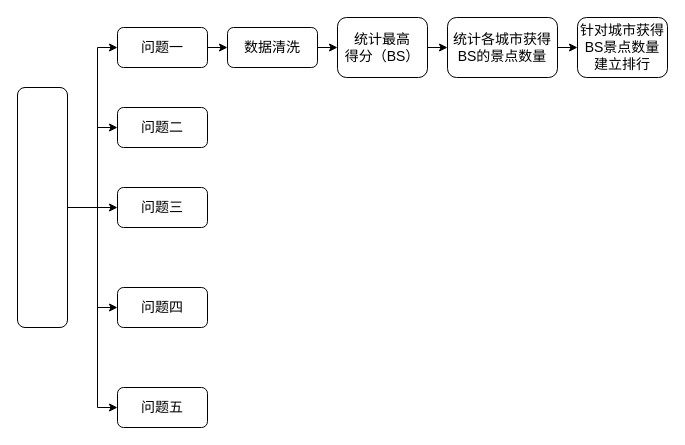
This is 未命名绘图.drawio from dp0qb/Repo4Drawio, a draw.io file, before an edit. Source tidied: cells renumbered, new cells numbered last; positions are measured from the earlier drawing's top-left corner, leaving out a move shared by most shapes. Both pictures are drawn from the tidied source at 100%, with x=0, y=0 at pixel (17, 17).
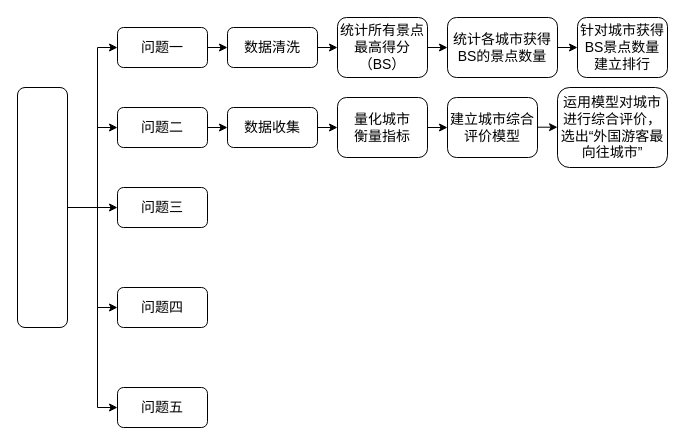
Above is the later version.

Commit message:
更新未命名绘图.drawio

Change to the diagram source:
```diff
@@
-    <mxCell id="18" value="&lt;font face=&quot;宋体&quot;&gt;&lt;span style=&quot;font-size: 14px;&quot;&gt;统计最高&lt;/span&gt;&lt;/font&gt;&lt;div&gt;&lt;font face=&quot;宋体&quot;&gt;&lt;span style=&quot;font-size: 14px;&quot;&gt;得分（BS）&lt;/span&gt;&lt;/font&gt;&lt;/div&gt;" style="rounded=1;whiteSpace=wrap;html=1;" parent="1" vertex="1">
+    <mxCell id="18" value="&lt;font face=&quot;宋体&quot;&gt;&lt;span style=&quot;font-size: 14px;&quot;&gt;统计所有景点最高&lt;/span&gt;&lt;/font&gt;&lt;span style=&quot;font-size: 14px; font-family: 宋体; background-color: initial;&quot;&gt;得分（BS）&lt;/span&gt;" style="rounded=1;whiteSpace=wrap;html=1;" parent="1" vertex="1">
       <mxGeometry x="320" width="90" height="60" as="geometry" />
     </mxCell>
@@
+    <mxCell id="23" style="endArrow=classic;html=1;rounded=0;" parent="1" edge="1">
+      <mxGeometry relative="1" as="geometry">
+        <mxPoint x="190" y="110" as="sourcePoint" />
+        <mxPoint x="210" y="110" as="targetPoint" />
+      </mxGeometry>
+    </mxCell>
+    <mxCell id="24" value="&lt;font style=&quot;font-size: 14px;&quot; face=&quot;宋体&quot;&gt;数据收集&lt;/font&gt;" style="rounded=1;whiteSpace=wrap;html=1;" parent="1" vertex="1">
+      <mxGeometry x="210" y="90" width="90" height="40" as="geometry" />
+    </mxCell>
+    <mxCell id="25" style="endArrow=classic;html=1;rounded=0;" parent="1" edge="1">
+      <mxGeometry relative="1" as="geometry">
+        <mxPoint x="300" y="110" as="sourcePoint" />
+        <mxPoint x="320" y="110" as="targetPoint" />
+      </mxGeometry>
+    </mxCell>
+    <mxCell id="26" value="&lt;font face=&quot;宋体&quot;&gt;&lt;span style=&quot;font-size: 14px;&quot;&gt;量化城市&lt;/span&gt;&lt;/font&gt;&lt;div&gt;&lt;font face=&quot;宋体&quot;&gt;&lt;span style=&quot;font-size: 14px;&quot;&gt;衡量指标&lt;/span&gt;&lt;/font&gt;&lt;/div&gt;" style="rounded=1;whiteSpace=wrap;html=1;" parent="1" vertex="1">
+      <mxGeometry x="320" y="80" width="90" height="60" as="geometry" />
+    </mxCell>
+    <mxCell id="27" style="endArrow=classic;html=1;rounded=0;" parent="1" edge="1">
+      <mxGeometry relative="1" as="geometry">
+        <mxPoint x="410" y="110" as="sourcePoint" />
+        <mxPoint x="430" y="110" as="targetPoint" />
+      </mxGeometry>
+    </mxCell>
+    <mxCell id="28" value="&lt;font face=&quot;宋体&quot;&gt;&lt;span style=&quot;font-size: 14px;&quot;&gt;建立城市综合&lt;/span&gt;&lt;/font&gt;&lt;div&gt;&lt;font face=&quot;宋体&quot;&gt;&lt;span style=&quot;font-size: 14px;&quot;&gt;评价模型&lt;/span&gt;&lt;/font&gt;&lt;/div&gt;" style="rounded=1;whiteSpace=wrap;html=1;" parent="1" vertex="1">
+      <mxGeometry x="430" y="80" width="90" height="60" as="geometry" />
+    </mxCell>
+    <mxCell id="29" style="endArrow=classic;html=1;rounded=0;" parent="1" edge="1">
+      <mxGeometry relative="1" as="geometry">
+        <mxPoint x="520" y="109.7" as="sourcePoint" />
+        <mxPoint x="540" y="109.7" as="targetPoint" />
+      </mxGeometry>
+    </mxCell>
+    <mxCell id="30" value="&lt;font face=&quot;宋体&quot;&gt;&lt;span style=&quot;font-size: 14px;&quot;&gt;运用模型对城市进行综合评价，选出“外国游客最向往城市”&lt;/span&gt;&lt;/font&gt;" style="rounded=1;whiteSpace=wrap;html=1;" parent="1" vertex="1">
+      <mxGeometry x="540" y="70" width="110" height="80" as="geometry" />
+    </mxCell>
```
